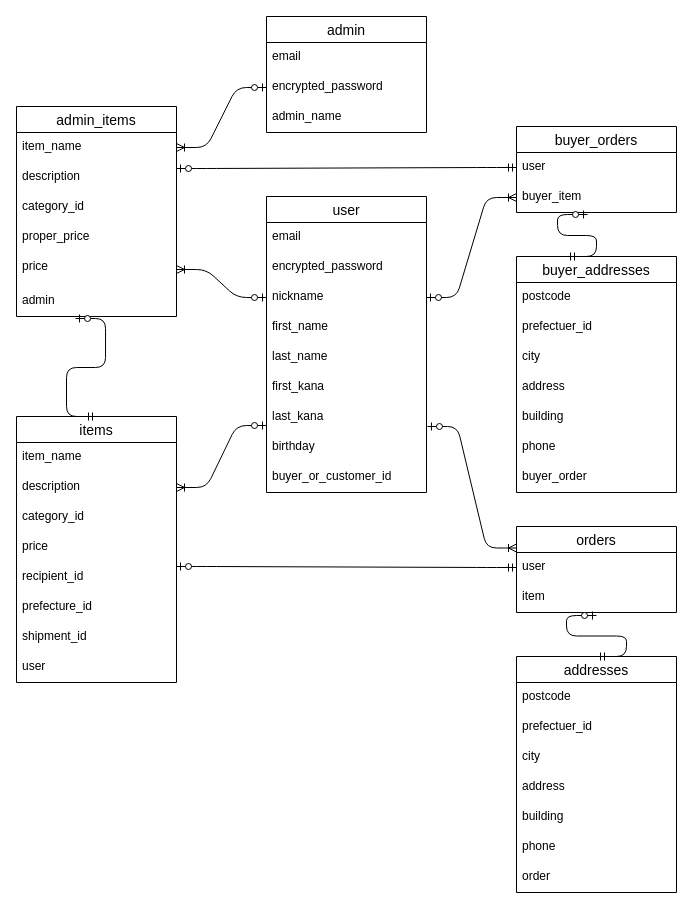
Before: page "ページ1" (1 of 2) of ER.dio in datiko1115/baton_app5, a draw.io diagram. Source tidied: cells renumbered, new cells numbered last; positions are measured from the earlier drawing's top-left corner, leaving out a move shared by most shapes. Both pictures are drawn from the tidied source at 100%, with x=0, y=0 at pixel (16, 16).
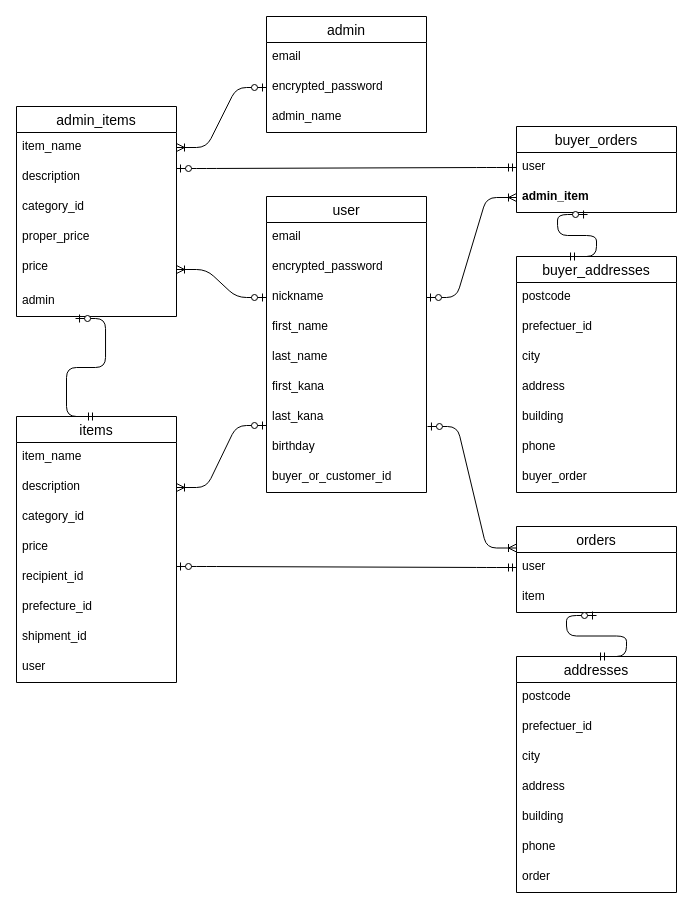
Above is the later version.

The change refers to these unchanged cells:
```xml
<mxCell id="19" value="buyer_orders" style="swimlane;fontStyle=0;horizontal=1;startSize=26;align=center;fontSize=14;rounded=0;" parent="1" vertex="1">
  <mxGeometry x="500" y="110" width="160" height="86" as="geometry" />
</mxCell>
```

The edit, as a diff of the source:
```diff
@@
-    <mxCell id="21" value="buyer_item" style="text;strokeColor=none;fillColor=none;spacingLeft=4;spacingRight=4;overflow=hidden;points=[[0,0.5],[1,0.5]];portConstraint=eastwest;fontSize=12;rounded=0;" parent="19" vertex="1">
+    <mxCell id="21" value="admin_item" style="text;strokeColor=none;fillColor=none;spacingLeft=4;spacingRight=4;overflow=hidden;points=[[0,0.5],[1,0.5]];portConstraint=eastwest;fontSize=12;rounded=0;fontStyle=1;" parent="19" vertex="1">
       <mxGeometry y="56" width="160" height="30" as="geometry" />
     </mxCell>
```
